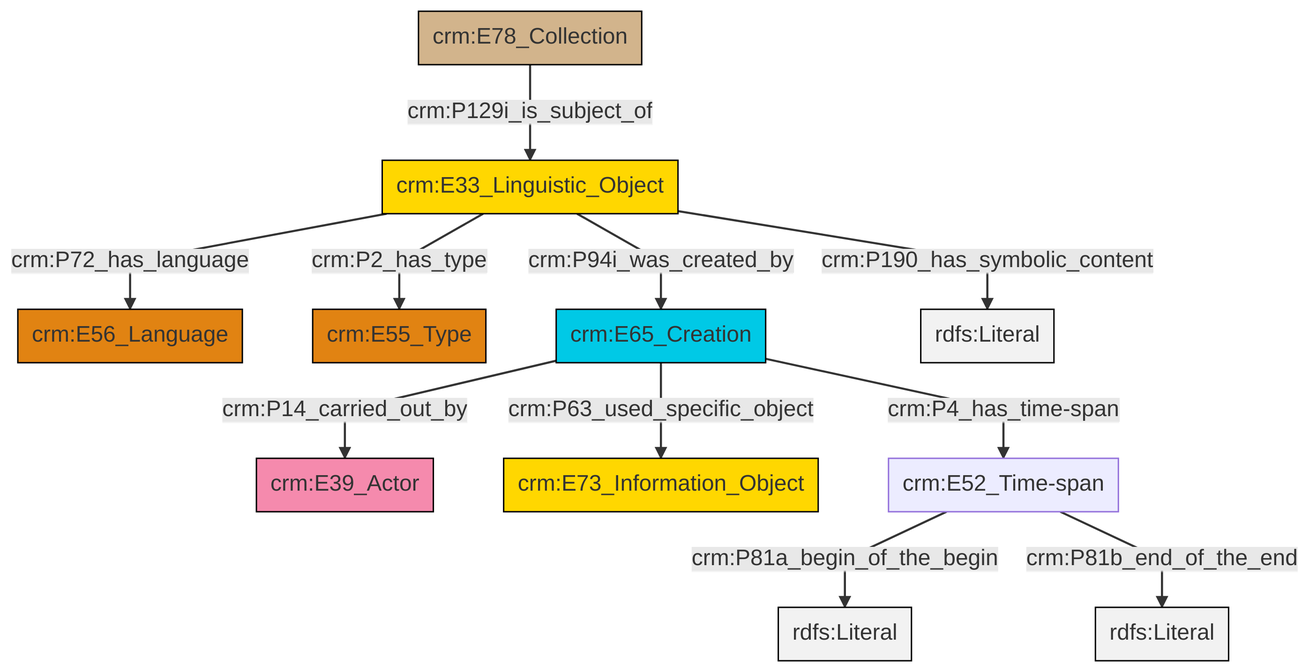
The Mermaid diagram et/archivalCSV/ttl/mmd/png/archival_desc.png in swiss-art-research-net/docs.swissartresearch, before a commit. Its source is kept beside it as et/archivalCSV/ttl/mmd/archival_desc.ttl.mmd.
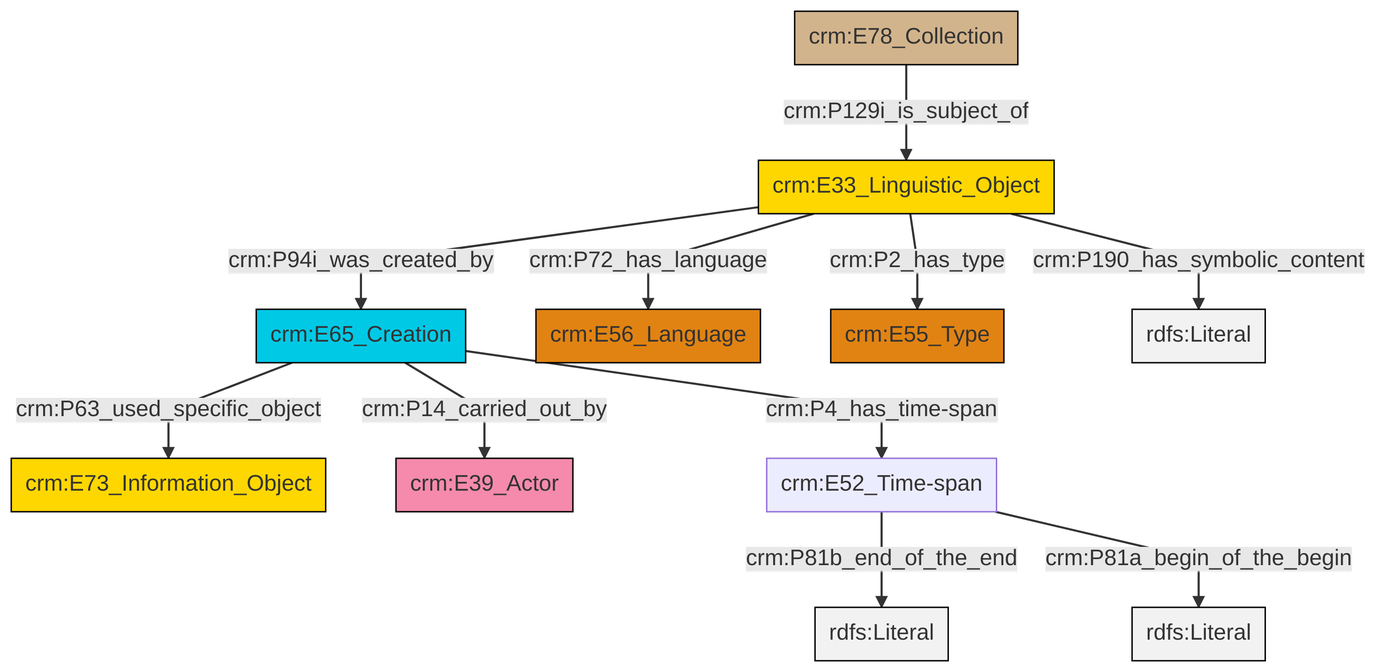
Later version of the same file.

What changed in the source:
```diff
@@ -13,13 +13,13 @@
 classDef PC_Classes fill:#4ce600, stroke:#000000;
 classDef Multi fill:#cccccc,stroke:#000000;
 
-0["crm:E33_Linguistic_Object"]:::Conceptual_Object -->|crm:P72_has_language| 1["crm:E56_Language"]:::Type
-4["crm:E78_Collection"]:::Physical_Thing -->|crm:P129i_is_subject_of| 0["crm:E33_Linguistic_Object"]:::Conceptual_Object
-12["crm:E65_Creation"]:::Temporal_Entity -->|crm:P4_has_time-span| 10["crm:E52_Time-span"]:::Default
-0["crm:E33_Linguistic_Object"]:::Conceptual_Object -->|crm:P190_has_symbolic_content| 13[rdfs:Literal]:::Literal
-12["crm:E65_Creation"]:::Temporal_Entity -->|crm:P63_used_specific_object| 8["crm:E73_Information_Object"]:::Conceptual_Object
-0["crm:E33_Linguistic_Object"]:::Conceptual_Object -->|crm:P94i_was_created_by| 12["crm:E65_Creation"]:::Temporal_Entity
-0["crm:E33_Linguistic_Object"]:::Conceptual_Object -->|crm:P2_has_type| 2["crm:E55_Type"]:::Type
-10["crm:E52_Time-span"]:::Default -->|crm:P81a_begin_of_the_begin| 16[rdfs:Literal]:::Literal
-10["crm:E52_Time-span"]:::Default -->|crm:P81b_end_of_the_end| 17[rdfs:Literal]:::Literal
-12["crm:E65_Creation"]:::Temporal_Entity -->|crm:P14_carried_out_by| 6["crm:E39_Actor"]:::Actor
+0["crm:E65_Creation"]:::Temporal_Entity -->|crm:P63_used_specific_object| 1["crm:E73_Information_Object"]:::Conceptual_Object
+0["crm:E65_Creation"]:::Temporal_Entity -->|crm:P14_carried_out_by| 4["crm:E39_Actor"]:::Actor
+0["crm:E65_Creation"]:::Temporal_Entity -->|crm:P4_has_time-span| 6["crm:E52_Time-span"]:::Default
+7["crm:E33_Linguistic_Object"]:::Conceptual_Object -->|crm:P72_has_language| 2["crm:E56_Language"]:::Type
+7["crm:E33_Linguistic_Object"]:::Conceptual_Object -->|crm:P2_has_type| 8["crm:E55_Type"]:::Type
+7["crm:E33_Linguistic_Object"]:::Conceptual_Object -->|crm:P94i_was_created_by| 0["crm:E65_Creation"]:::Temporal_Entity
+11["crm:E78_Collection"]:::Physical_Thing -->|crm:P129i_is_subject_of| 7["crm:E33_Linguistic_Object"]:::Conceptual_Object
+6["crm:E52_Time-span"]:::Default -->|crm:P81b_end_of_the_end| 12[rdfs:Literal]:::Literal
+7["crm:E33_Linguistic_Object"]:::Conceptual_Object -->|crm:P190_has_symbolic_content| 14[rdfs:Literal]:::Literal
+6["crm:E52_Time-span"]:::Default -->|crm:P81a_begin_of_the_begin| 17[rdfs:Literal]:::Literal
```
